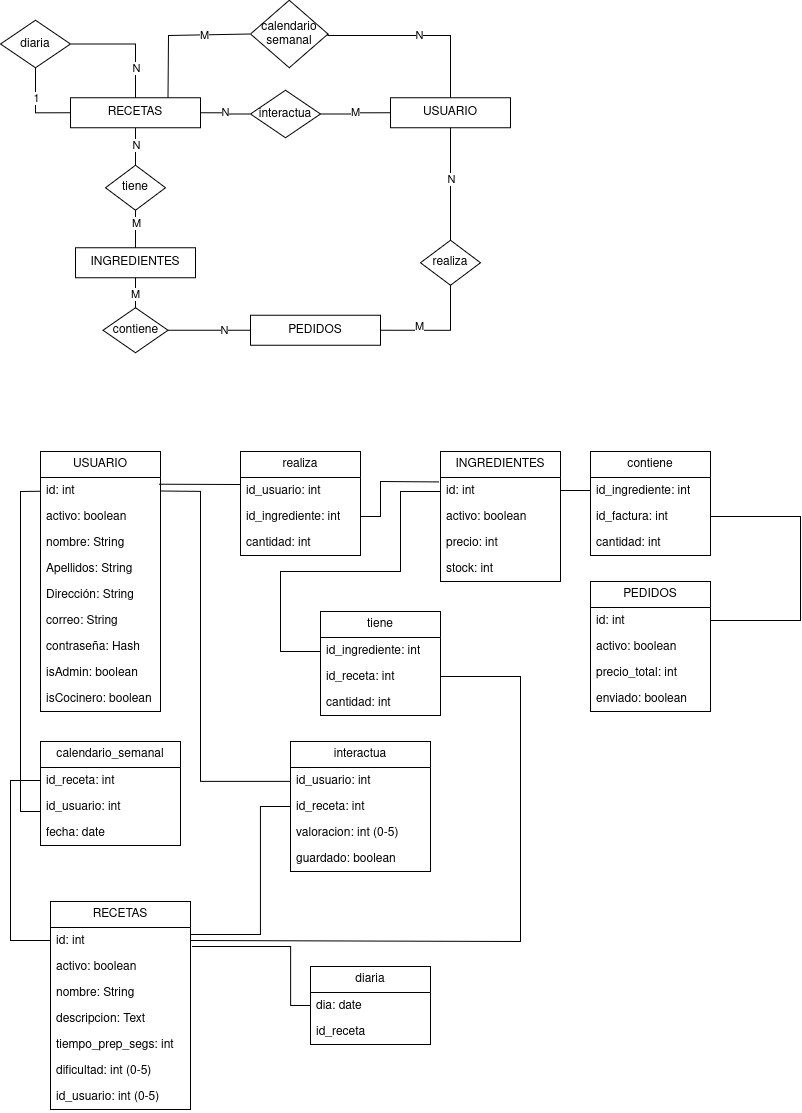
Above: docs/Diagrama-Entidad_Relación.png in ntrefftz/CookingLab (draw.io), before the change. Source tidied: cells renumbered, new cells last; positions are measured from the earlier drawing's top-left corner, leaving out a move shared by most shapes.
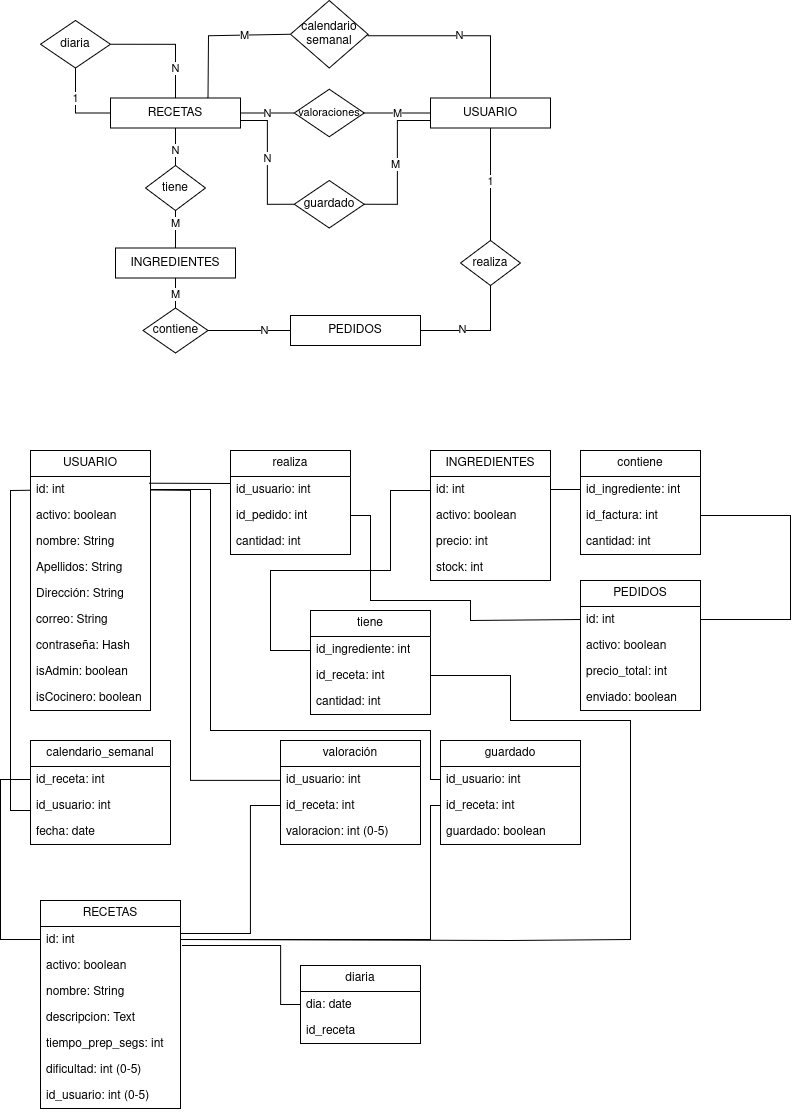
The same file after the commit.

The edit, as a diff of the source:
```diff
@@ -3,7 +3,7 @@
     <mxCell id="0" />
     <mxCell id="1" parent="0" />
     <mxCell id="2" value="INGREDIENTES" style="rounded=0;whiteSpace=wrap;html=1;" parent="1" vertex="1">
-      <mxGeometry x="75" y="247.2" width="120" height="30" as="geometry" />
+      <mxGeometry x="125" y="248.5" width="120" height="30" as="geometry" />
     </mxCell>
     <mxCell id="3" style="edgeStyle=orthogonalEdgeStyle;rounded=0;jettySize=auto;html=1;exitX=0.5;exitY=1;exitDx=0;exitDy=0;entryX=0.5;entryY=0;entryDx=0;entryDy=0;endArrow=none;startFill=0;" parent="1" edge="1" source="7" target="2">
       <mxGeometry relative="1" as="geometry" />
@@ -18,11 +18,11 @@
     </mxCell>
     <mxCell id="6" value="N" style="edgeLabel;html=1;align=center;verticalAlign=middle;" parent="5" vertex="1">
       <mxGeometry x="0.05" y="-1" relative="1" as="geometry">
-        <mxPoint x="-1" as="offset" />
+        <mxPoint x="-1" y="4" as="offset" />
       </mxGeometry>
     </mxCell>
     <mxCell id="7" value="tiene" style="rhombus;whiteSpace=wrap;html=1;" parent="1" vertex="1">
-      <mxGeometry x="105" y="164.8" width="60" height="45" as="geometry" />
+      <mxGeometry x="155" y="166" width="60" height="45" as="geometry" />
     </mxCell>
     <mxCell id="8" style="edgeStyle=orthogonalEdgeStyle;rounded=0;jettySize=auto;html=1;exitX=0.5;exitY=0;exitDx=0;exitDy=0;entryX=1;entryY=0.5;entryDx=0;entryDy=0;endArrow=none;startFill=0;" parent="1" edge="1" source="12" target="31">
       <mxGeometry relative="1" as="geometry" />
@@ -35,7 +35,7 @@
     <mxCell id="10" style="edgeStyle=none;rounded=0;jettySize=auto;html=1;exitX=0.75;exitY=0;exitDx=0;exitDy=0;entryX=0;entryY=0.5;entryDx=0;entryDy=0;endArrow=none;startFill=0;" parent="1" edge="1" source="12" target="32">
       <mxGeometry relative="1" as="geometry">
         <Array as="points">
-          <mxPoint x="168" y="35" />
+          <mxPoint x="218" y="36.2" />
         </Array>
       </mxGeometry>
     </mxCell>
@@ -43,20 +43,20 @@
       <mxGeometry x="0.35" relative="1" as="geometry" />
     </mxCell>
     <mxCell id="12" value="RECETAS" style="rounded=0;whiteSpace=wrap;html=1;" parent="1" vertex="1">
-      <mxGeometry x="70" y="97.2" width="130" height="30" as="geometry" />
+      <mxGeometry x="120" y="98.5" width="130" height="30" as="geometry" />
     </mxCell>
     <mxCell id="13" value="PEDIDOS" style="rounded=0;whiteSpace=wrap;html=1;" parent="1" vertex="1">
-      <mxGeometry x="250" y="314.8" width="130" height="30" as="geometry" />
+      <mxGeometry x="300" y="316" width="130" height="30" as="geometry" />
     </mxCell>
     <mxCell id="14" value="N" style="edgeStyle=orthogonalEdgeStyle;rounded=0;jettySize=auto;html=1;exitX=0.5;exitY=0;exitDx=0;exitDy=0;entryX=1;entryY=0.5;entryDx=0;entryDy=0;endArrow=none;startFill=0;" parent="1" edge="1" source="15" target="32">
       <mxGeometry relative="1" as="geometry">
         <Array as="points">
-          <mxPoint x="450" y="35" />
+          <mxPoint x="500" y="36.2" />
         </Array>
       </mxGeometry>
     </mxCell>
     <mxCell id="15" value="USUARIO" style="rounded=0;whiteSpace=wrap;html=1;" parent="1" vertex="1">
-      <mxGeometry x="390" y="97.2" width="120" height="30" as="geometry" />
+      <mxGeometry x="440" y="98.5" width="120" height="30" as="geometry" />
     </mxCell>
     <mxCell id="16" value="N" style="edgeStyle=orthogonalEdgeStyle;rounded=0;jettySize=auto;html=1;exitX=0;exitY=0.5;exitDx=0;exitDy=0;entryX=1;entryY=0.5;entryDx=0;entryDy=0;endArrow=none;startFill=0;" parent="1" edge="1" source="18" target="12">
       <mxGeometry relative="1" as="geometry" />
@@ -64,25 +64,27 @@
     <mxCell id="17" value="M" style="edgeStyle=orthogonalEdgeStyle;rounded=0;jettySize=auto;html=1;exitX=1;exitY=0.5;exitDx=0;exitDy=0;entryX=0;entryY=0.5;entryDx=0;entryDy=0;endArrow=none;startFill=0;" parent="1" edge="1" source="18" target="15">
       <mxGeometry relative="1" as="geometry" />
     </mxCell>
-    <mxCell id="18" value="interactua" style="rhombus;whiteSpace=wrap;html=1;" parent="1" vertex="1">
-      <mxGeometry x="250" y="89.8" width="70" height="47.5" as="geometry" />
+    <mxCell id="18" value="&lt;font style=&quot;font-size: 11px;&quot;&gt;valoraciones&lt;/font&gt;" style="rhombus;whiteSpace=wrap;html=1;" parent="1" vertex="1">
+      <mxGeometry x="303.8" y="89.8" width="70" height="47.5" as="geometry" />
     </mxCell>
     <mxCell id="19" style="edgeStyle=orthogonalEdgeStyle;rounded=0;jettySize=auto;html=1;entryX=0.5;entryY=1;entryDx=0;entryDy=0;endArrow=none;startFill=0;" parent="1" edge="1" source="23" target="15">
       <mxGeometry relative="1" as="geometry" />
     </mxCell>
-    <mxCell id="20" value="N" style="edgeLabel;html=1;align=center;verticalAlign=middle;" parent="19" vertex="1">
-      <mxGeometry x="0.09" relative="1" as="geometry" />
-    </mxCell>
+    <mxCell id="97" value="1" style="edgeLabel;html=1;align=center;verticalAlign=middle;" parent="19" vertex="1">
+      <mxGeometry x="0.06" relative="1" as="geometry" />
+    </mxCell>
     <mxCell id="21" style="edgeStyle=orthogonalEdgeStyle;rounded=0;jettySize=auto;html=1;exitX=0.5;exitY=1;exitDx=0;exitDy=0;endArrow=none;startFill=0;entryX=1;entryY=0.5;entryDx=0;entryDy=0;" parent="1" edge="1" source="23" target="13">
-      <mxGeometry relative="1" as="geometry" />
+      <mxGeometry relative="1" as="geometry">
+        <Array as="points">
+          <mxPoint x="500" y="331" />
+        </Array>
+      </mxGeometry>
     </mxCell>
-    <mxCell id="22" value="M" style="edgeLabel;html=1;align=center;verticalAlign=middle;" parent="21" vertex="1">
-      <mxGeometry x="-0.29" relative="1" as="geometry">
-        <mxPoint x="-32" as="offset" />
-      </mxGeometry>
-    </mxCell>
+    <mxCell id="98" value="N" style="edgeLabel;html=1;align=center;verticalAlign=middle;" parent="21" vertex="1">
+      <mxGeometry x="0.28" y="-1" relative="1" as="geometry" />
+    </mxCell>
     <mxCell id="23" value="realiza" style="rhombus;whiteSpace=wrap;html=1;" parent="1" vertex="1">
-      <mxGeometry x="420" y="239.8" width="60" height="45" as="geometry" />
+      <mxGeometry x="470" y="241" width="60" height="45" as="geometry" />
     </mxCell>
     <mxCell id="24" style="edgeStyle=orthogonalEdgeStyle;rounded=0;jettySize=auto;html=1;entryX=0;entryY=0.5;entryDx=0;entryDy=0;endArrow=none;startFill=0;" parent="1" edge="1" source="28" target="13">
       <mxGeometry relative="1" as="geometry" />
@@ -96,10 +98,12 @@
       <mxGeometry relative="1" as="geometry" />
     </mxCell>
     <mxCell id="27" value="&lt;div&gt;M&lt;/div&gt;" style="edgeLabel;html=1;align=center;verticalAlign=middle;" parent="26" vertex="1">
-      <mxGeometry x="0.05" y="-1" relative="1" as="geometry" />
+      <mxGeometry x="0.05" y="-1" relative="1" as="geometry">
+        <mxPoint x="1" as="offset" />
+      </mxGeometry>
     </mxCell>
     <mxCell id="28" value="contiene" style="rhombus;whiteSpace=wrap;html=1;" parent="1" vertex="1">
-      <mxGeometry x="102.5" y="307.2" width="65" height="45" as="geometry" />
+      <mxGeometry x="152.5" y="308.5" width="65" height="45" as="geometry" />
     </mxCell>
     <mxCell id="29" style="edgeStyle=orthogonalEdgeStyle;rounded=0;jettySize=auto;html=1;exitX=0.5;exitY=1;exitDx=0;exitDy=0;entryX=0;entryY=0.5;entryDx=0;entryDy=0;endArrow=none;startFill=0;" parent="1" edge="1" source="31" target="12">
       <mxGeometry relative="1" as="geometry" />
@@ -110,10 +114,10 @@
       </mxGeometry>
     </mxCell>
     <mxCell id="31" value="diaria" style="rhombus;whiteSpace=wrap;html=1;" parent="1" vertex="1">
-      <mxGeometry y="19.8" width="70" height="47.5" as="geometry" />
+      <mxGeometry x="50" y="21" width="70" height="47.5" as="geometry" />
     </mxCell>
     <mxCell id="32" value="calendario semanal" style="rhombus;whiteSpace=wrap;html=1;" parent="1" vertex="1">
-      <mxGeometry x="250" y="-0.2" width="77.5" height="67.5" as="geometry" />
+      <mxGeometry x="300" y="1" width="77.5" height="67.5" as="geometry" />
     </mxCell>
     <mxCell id="33" value="RECETAS" style="swimlane;fontStyle=0;horizontal=1;startSize=26;fillColor=none;whiteSpace=wrap;html=1;" parent="1" vertex="1">
       <mxGeometry x="50" y="901" width="140" height="208" as="geometry" />
@@ -211,8 +215,8 @@
     <mxCell id="64" value="enviado: boolean" style="text;strokeColor=none;fillColor=none;align=left;verticalAlign=top;spacingLeft=4;spacingRight=4;overflow=hidden;whiteSpace=wrap;html=1;" parent="60" vertex="1">
       <mxGeometry y="104" width="120" height="26" as="geometry" />
     </mxCell>
-    <mxCell id="65" value="interactua" style="swimlane;fontStyle=0;horizontal=1;startSize=26;fillColor=none;whiteSpace=wrap;html=1;" parent="1" vertex="1">
-      <mxGeometry x="290" y="741" width="140" height="130" as="geometry" />
+    <mxCell id="65" value="valoración" style="swimlane;fontStyle=0;horizontal=1;startSize=26;fillColor=none;whiteSpace=wrap;html=1;" parent="1" vertex="1">
+      <mxGeometry x="290" y="741" width="140" height="104" as="geometry" />
     </mxCell>
     <mxCell id="66" value="id_usuario: int" style="text;strokeColor=none;fillColor=none;align=left;verticalAlign=top;spacingLeft=4;spacingRight=4;overflow=hidden;whiteSpace=wrap;html=1;" parent="65" vertex="1">
       <mxGeometry y="26" width="140" height="26" as="geometry" />
@@ -223,9 +227,6 @@
     <mxCell id="68" value="valoracion: int (0-5)" style="text;strokeColor=none;fillColor=none;align=left;verticalAlign=top;spacingLeft=4;spacingRight=4;overflow=hidden;whiteSpace=wrap;html=1;" parent="65" vertex="1">
       <mxGeometry y="78" width="140" height="26" as="geometry" />
     </mxCell>
-    <mxCell id="69" value="guardado: boolean" style="text;strokeColor=none;fillColor=none;align=left;verticalAlign=top;spacingLeft=4;spacingRight=4;overflow=hidden;whiteSpace=wrap;html=1;" parent="65" vertex="1">
-      <mxGeometry y="104" width="140" height="26" as="geometry" />
-    </mxCell>
     <mxCell id="70" value="tiene" style="swimlane;fontStyle=0;horizontal=1;startSize=26;fillColor=none;whiteSpace=wrap;html=1;" parent="1" vertex="1">
       <mxGeometry x="320" y="611" width="120" height="104" as="geometry" />
     </mxCell>
@@ -256,7 +257,7 @@
     <mxCell id="79" value="&lt;div&gt;id_usuario: int&lt;/div&gt;" style="text;strokeColor=none;fillColor=none;align=left;verticalAlign=top;spacingLeft=4;spacingRight=4;overflow=hidden;whiteSpace=wrap;html=1;" parent="78" vertex="1">
       <mxGeometry y="26" width="120" height="26" as="geometry" />
     </mxCell>
-    <mxCell id="80" value="id_ingrediente: int" style="text;strokeColor=none;fillColor=none;align=left;verticalAlign=top;spacingLeft=4;spacingRight=4;overflow=hidden;points=[[0,0.5],[1,0.5]];portConstraint=eastwest;whiteSpace=wrap;html=1;" parent="78" vertex="1">
+    <mxCell id="80" value="id_pedido: int" style="text;strokeColor=none;fillColor=none;align=left;verticalAlign=top;spacingLeft=4;spacingRight=4;overflow=hidden;points=[[0,0.5],[1,0.5]];portConstraint=eastwest;whiteSpace=wrap;html=1;" parent="78" vertex="1">
       <mxGeometry y="52" width="120" height="26" as="geometry" />
     </mxCell>
     <mxCell id="81" value="cantidad: int" style="text;strokeColor=none;fillColor=none;align=left;verticalAlign=top;spacingLeft=4;spacingRight=4;overflow=hidden;whiteSpace=wrap;html=1;" parent="78" vertex="1">
@@ -304,11 +305,13 @@
         <mxPoint x="240" y="484" as="targetPoint" />
       </mxGeometry>
     </mxCell>
-    <mxCell id="90" style="edgeStyle=none;rounded=0;jettySize=auto;html=1;entryX=-0.01;entryY=0.17;entryDx=0;entryDy=0;entryPerimeter=0;endArrow=none;startFill=0;" parent="1" edge="1" source="80" target="52">
+    <mxCell id="90" style="edgeStyle=none;rounded=0;jettySize=auto;html=1;endArrow=none;startFill=0;entryX=0;entryY=0.5;entryDx=0;entryDy=0;" parent="1" edge="1" source="80" target="61">
       <mxGeometry relative="1" as="geometry">
         <Array as="points">
           <mxPoint x="380" y="516" />
-          <mxPoint x="380" y="481" />
+          <mxPoint x="380" y="601" />
+          <mxPoint x="480" y="601" />
+          <mxPoint x="480" y="621" />
         </Array>
       </mxGeometry>
     </mxCell>
@@ -332,7 +335,7 @@
         </Array>
       </mxGeometry>
     </mxCell>
-    <mxCell id="94" style="edgeStyle=none;rounded=0;jettySize=auto;html=1;exitX=1.006;exitY=0.269;exitDx=0;exitDy=0;entryX=0;entryY=0.5;entryDx=0;entryDy=0;exitPerimeter=0;endArrow=none;startFill=0;" parent="1" edge="1" source="34" target="65">
+    <mxCell id="94" style="edgeStyle=none;rounded=0;jettySize=auto;html=1;exitX=1.006;exitY=0.269;exitDx=0;exitDy=0;entryX=0;entryY=0.5;entryDx=0;entryDy=0;exitPerimeter=0;endArrow=none;startFill=0;" parent="1" edge="1" source="34" target="67">
       <mxGeometry relative="1" as="geometry">
         <Array as="points">
           <mxPoint x="260" y="934" />
@@ -356,9 +359,57 @@
       <mxGeometry relative="1" as="geometry">
         <Array as="points">
           <mxPoint x="520" y="676" />
+          <mxPoint x="520" y="721" />
+          <mxPoint x="640" y="721" />
+          <mxPoint x="640" y="940" />
           <mxPoint x="520" y="941" />
         </Array>
       </mxGeometry>
     </mxCell>
+    <mxCell id="99" style="edgeStyle=orthogonalEdgeStyle;rounded=0;jettySize=auto;html=1;exitX=1;exitY=0.5;exitDx=0;exitDy=0;entryX=0;entryY=0.75;entryDx=0;entryDy=0;endArrow=none;startFill=0;" parent="1" edge="1" source="102" target="15">
+      <mxGeometry relative="1" as="geometry" />
+    </mxCell>
+    <mxCell id="22" value="M" style="edgeLabel;html=1;align=center;verticalAlign=middle;" parent="99" vertex="1">
+      <mxGeometry x="-0.01" y="2" relative="1" as="geometry" />
+    </mxCell>
+    <mxCell id="100" style="edgeStyle=orthogonalEdgeStyle;rounded=0;jettySize=auto;html=1;exitX=0;exitY=0.5;exitDx=0;exitDy=0;entryX=1;entryY=0.75;entryDx=0;entryDy=0;endArrow=none;startFill=0;" parent="1" edge="1" source="102" target="12">
+      <mxGeometry relative="1" as="geometry" />
+    </mxCell>
+    <mxCell id="101" value="N" style="edgeLabel;html=1;align=center;verticalAlign=middle;" parent="100" vertex="1">
+      <mxGeometry x="0.06" relative="1" as="geometry" />
+    </mxCell>
+    <mxCell id="102" value="guardado" style="rhombus;whiteSpace=wrap;html=1;" parent="1" vertex="1">
+      <mxGeometry x="303.8" y="181" width="70" height="47.5" as="geometry" />
+    </mxCell>
+    <mxCell id="103" value="guardado" style="swimlane;fontStyle=0;horizontal=1;startSize=26;fillColor=none;whiteSpace=wrap;html=1;" parent="1" vertex="1">
+      <mxGeometry x="450" y="741" width="140" height="104" as="geometry" />
+    </mxCell>
+    <mxCell id="104" value="id_usuario: int" style="text;strokeColor=none;fillColor=none;align=left;verticalAlign=top;spacingLeft=4;spacingRight=4;overflow=hidden;points=[[0,0.5],[1,0.5]];portConstraint=eastwest;whiteSpace=wrap;html=1;" parent="103" vertex="1">
+      <mxGeometry y="26" width="140" height="26" as="geometry" />
+    </mxCell>
+    <mxCell id="105" value="id_receta: int" style="text;strokeColor=none;fillColor=none;align=left;verticalAlign=top;spacingLeft=4;spacingRight=4;overflow=hidden;points=[[0,0.5],[1,0.5]];portConstraint=eastwest;whiteSpace=wrap;html=1;" parent="103" vertex="1">
+      <mxGeometry y="52" width="140" height="26" as="geometry" />
+    </mxCell>
+    <mxCell id="69" value="guardado: boolean" style="text;strokeColor=none;fillColor=none;align=left;verticalAlign=top;spacingLeft=4;spacingRight=4;overflow=hidden;whiteSpace=wrap;html=1;" parent="103" vertex="1">
+      <mxGeometry y="78" width="140" height="26" as="geometry" />
+    </mxCell>
+    <mxCell id="106" style="edgeStyle=orthogonalEdgeStyle;rounded=0;jettySize=auto;html=1;entryX=0;entryY=0.5;entryDx=0;entryDy=0;endArrow=none;startFill=0;" parent="1" edge="1" source="34" target="105">
+      <mxGeometry relative="1" as="geometry">
+        <Array as="points">
+          <mxPoint x="440" y="940" />
+          <mxPoint x="440" y="806" />
+        </Array>
+      </mxGeometry>
+    </mxCell>
+    <mxCell id="107" style="edgeStyle=orthogonalEdgeStyle;rounded=0;jettySize=auto;html=1;entryX=0;entryY=0.5;entryDx=0;entryDy=0;endArrow=none;startFill=0;" parent="1" edge="1" source="42" target="104">
+      <mxGeometry relative="1" as="geometry">
+        <Array as="points">
+          <mxPoint x="220" y="490" />
+          <mxPoint x="220" y="731" />
+          <mxPoint x="440" y="731" />
+          <mxPoint x="440" y="780" />
+        </Array>
+      </mxGeometry>
+    </mxCell>
   </root>
 </mxGraphModel>
```
